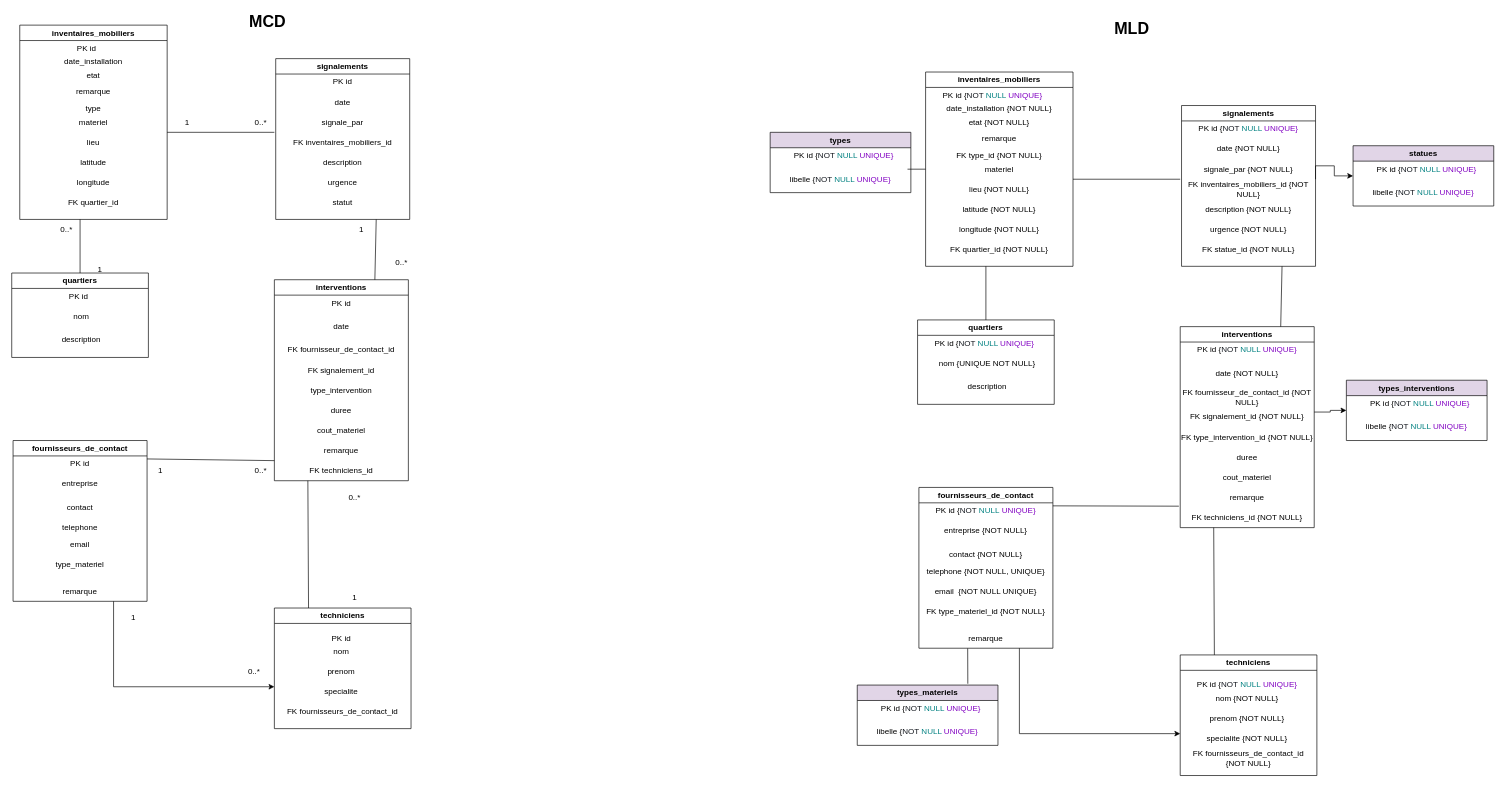
This is MCD.drawio from justinestalder-svg/Analyse-des-d-lais-de-traitement-par-quartier, a draw.io file, before an edit. Source tidied: cells renumbered, new cells numbered last; positions are measured from the earlier drawing's top-left corner, leaving out a move shared by most shapes. Both pictures are drawn from the tidied source at 67%, with x=0, y=0 at pixel (11, 11).
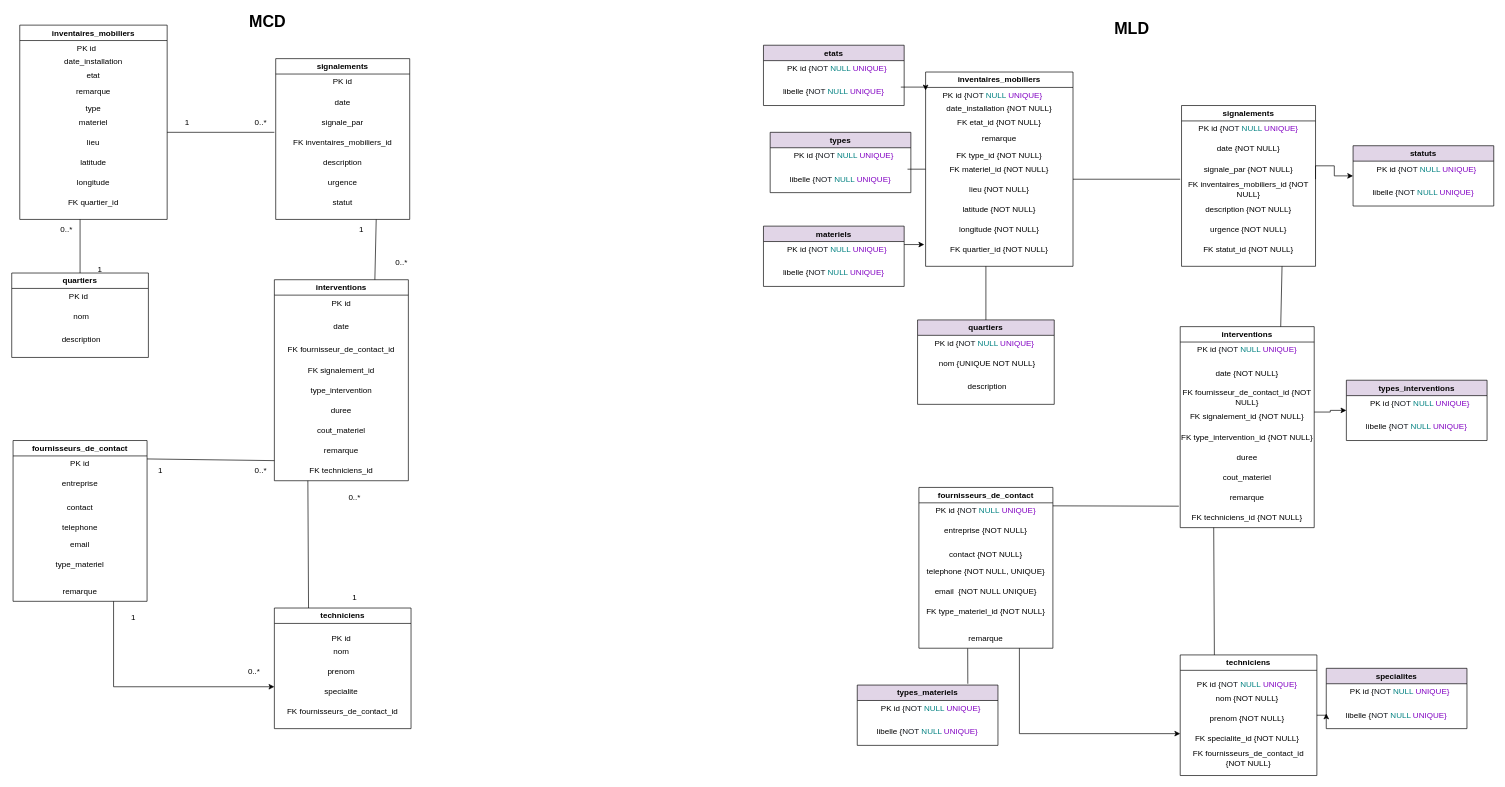
After the change.

Commit message:
Mettre à jour MCD.drawio

The change refers to these unchanged cells:
```xml
<mxCell id="87" value="inventaires_mobiliers" style="swimlane;whiteSpace=wrap;html=1;rounded=0;align=center;verticalAlign=middle;fontFamily=Helvetica;fontSize=12;fontColor=default;fillColor=none;gradientColor=none;" parent="1" vertex="1">
  <mxGeometry x="1364" y="90" width="220" height="290" as="geometry" />
</mxCell>
<mxCell id="88" value="PK id {&lt;span class=&quot;token token&quot; style=&quot;color: rgb(20, 24, 31);&quot;&gt;NOT&lt;/span&gt; &lt;span class=&quot;token token&quot; style=&quot;color: rgb(0, 128, 128);&quot;&gt;NULL&lt;/span&gt; &lt;span class=&quot;token token&quot; style=&quot;color: rgb(129, 0, 194);&quot;&gt;UNIQUE}&lt;/span&gt;" style="text;html=1;whiteSpace=wrap;strokeColor=none;fillColor=none;align=center;verticalAlign=middle;rounded=0;fontFamily=Helvetica;fontSize=12;fontColor=default;" parent="87" vertex="1">
  <mxGeometry y="20" width="200" height="30" as="geometry" />
</mxCell>
<mxCell id="98" value="signalements" style="swimlane;whiteSpace=wrap;html=1;" parent="1" vertex="1">
  <mxGeometry x="1746" y="140" width="200" height="240" as="geometry" />
</mxCell>
<mxCell id="113" value="techniciens" style="swimlane;whiteSpace=wrap;html=1;startSize=23;" parent="1" vertex="1">
  <mxGeometry x="1744" y="960" width="204" height="180" as="geometry" />
</mxCell>
```

The edit, as a diff of the source:
```diff
@@
-    <mxCell id="90" value="etat {NOT NULL}" style="text;html=1;whiteSpace=wrap;strokeColor=none;fillColor=none;align=center;verticalAlign=middle;rounded=0;" parent="87" vertex="1">
+    <mxCell id="90" value="FK etat_id {NOT NULL}" style="text;html=1;whiteSpace=wrap;strokeColor=none;fillColor=none;align=center;verticalAlign=middle;rounded=0;" parent="87" vertex="1">
       <mxGeometry x="10" y="60" width="200" height="30" as="geometry" />
     </mxCell>
@@
-    <mxCell id="93" value="materiel" style="text;html=1;whiteSpace=wrap;strokeColor=none;fillColor=none;align=center;verticalAlign=middle;rounded=0;fontFamily=Helvetica;fontSize=12;fontColor=default;" parent="87" vertex="1">
+    <mxCell id="93" value="FK materiel_id {NOT NULL}" style="text;html=1;whiteSpace=wrap;strokeColor=none;fillColor=none;align=center;verticalAlign=middle;rounded=0;fontFamily=Helvetica;fontSize=12;fontColor=default;" parent="87" vertex="1">
       <mxGeometry x="10" y="130" width="200" height="30" as="geometry" />
     </mxCell>
@@
-    <mxCell id="104" value="FK statue_id {NOT NULL}" style="text;html=1;whiteSpace=wrap;strokeColor=none;fillColor=none;align=center;verticalAlign=middle;rounded=0;" parent="98" vertex="1">
+    <mxCell id="104" value="FK statut_id {NOT NULL}" style="text;html=1;whiteSpace=wrap;strokeColor=none;fillColor=none;align=center;verticalAlign=middle;rounded=0;" parent="98" vertex="1">
       <mxGeometry y="200" width="200" height="30" as="geometry" />
     </mxCell>
@@
-    <mxCell id="109" value="quartiers" style="swimlane;whiteSpace=wrap;html=1;" parent="1" vertex="1">
+    <mxCell id="109" value="quartiers" style="swimlane;whiteSpace=wrap;html=1;fillColor=#E1D5E7;" parent="1" vertex="1">
       <mxGeometry x="1352" y="460" width="204" height="126" as="geometry" />
     </mxCell>
@@
+    <mxCell id="138" style="edgeStyle=orthogonalEdgeStyle;rounded=0;jettySize=auto;html=1;exitX=1;exitY=0.5;exitDx=0;exitDy=0;entryX=0;entryY=0.75;entryDx=0;entryDy=0;" parent="1" edge="1" source="113" target="146">
+      <mxGeometry relative="1" as="geometry" />
+    </mxCell>
@@
-    <mxCell id="117" value="specialite {NOT NULL}" style="text;html=1;whiteSpace=wrap;strokeColor=none;fillColor=none;align=center;verticalAlign=middle;rounded=0;" parent="113" vertex="1">
+    <mxCell id="117" value="FK specialite_id {NOT NULL}" style="text;html=1;whiteSpace=wrap;strokeColor=none;fillColor=none;align=center;verticalAlign=middle;rounded=0;" parent="113" vertex="1">
       <mxGeometry y="110" width="200" height="30" as="geometry" />
     </mxCell>
@@
-    <mxCell id="122" value="statues" style="swimlane;whiteSpace=wrap;html=1;fillColor=#E1D5E7;" parent="1" vertex="1">
+    <mxCell id="122" value="statuts" style="swimlane;whiteSpace=wrap;html=1;fillColor=#E1D5E7;" parent="1" vertex="1">
       <mxGeometry x="2002" y="200" width="210" height="90" as="geometry" />
     </mxCell>
@@
+    <mxCell id="139" value="materiels" style="swimlane;whiteSpace=wrap;html=1;fillColor=#E1D5E7;" parent="1" vertex="1">
+      <mxGeometry x="1122" y="320" width="210" height="90" as="geometry" />
+    </mxCell>
+    <mxCell id="140" style="edgeStyle=orthogonalEdgeStyle;rounded=0;jettySize=auto;html=1;exitX=1;exitY=0.25;exitDx=0;exitDy=0;" parent="139" edge="1" source="141">
+      <mxGeometry relative="1" as="geometry">
+        <mxPoint x="240" y="27.3" as="targetPoint" />
+      </mxGeometry>
+    </mxCell>
+    <mxCell id="141" value="PK id {&lt;span class=&quot;token token&quot; style=&quot;color: rgb(20, 24, 31);&quot;&gt;NOT&lt;/span&gt; &lt;span class=&quot;token token&quot; style=&quot;color: rgb(0, 128, 128);&quot;&gt;NULL&lt;/span&gt; &lt;span class=&quot;token token&quot; style=&quot;color: rgb(129, 0, 194);&quot;&gt;UNIQUE}&lt;/span&gt;" style="text;html=1;whiteSpace=wrap;strokeColor=none;fillColor=none;align=center;verticalAlign=middle;rounded=0;fontFamily=Helvetica;fontSize=12;fontColor=default;" parent="139" vertex="1">
+      <mxGeometry x="10" y="20" width="200" height="30" as="geometry" />
+    </mxCell>
+    <mxCell id="142" value="libelle {&lt;span class=&quot;token token&quot; style=&quot;color: rgb(20, 24, 31);&quot;&gt;NOT&lt;/span&gt; &lt;span class=&quot;token token&quot; style=&quot;color: rgb(0, 128, 128);&quot;&gt;NULL&lt;/span&gt; &lt;span class=&quot;token token&quot; style=&quot;color: rgb(129, 0, 194);&quot;&gt;UNIQUE}&lt;/span&gt;" style="text;html=1;whiteSpace=wrap;strokeColor=none;fillColor=none;align=center;verticalAlign=middle;rounded=0;fontFamily=Helvetica;fontSize=12;fontColor=default;" parent="139" vertex="1">
+      <mxGeometry x="5" y="55" width="200" height="30" as="geometry" />
+    </mxCell>
+    <mxCell id="143" value="etats" style="swimlane;whiteSpace=wrap;html=1;fillColor=#E1D5E7;" parent="1" vertex="1">
+      <mxGeometry x="1122" y="50" width="210" height="90" as="geometry" />
+    </mxCell>
+    <mxCell id="144" value="PK id {&lt;span class=&quot;token token&quot; style=&quot;color: rgb(20, 24, 31);&quot;&gt;NOT&lt;/span&gt; &lt;span class=&quot;token token&quot; style=&quot;color: rgb(0, 128, 128);&quot;&gt;NULL&lt;/span&gt; &lt;span class=&quot;token token&quot; style=&quot;color: rgb(129, 0, 194);&quot;&gt;UNIQUE}&lt;/span&gt;" style="text;html=1;whiteSpace=wrap;strokeColor=none;fillColor=none;align=center;verticalAlign=middle;rounded=0;fontFamily=Helvetica;fontSize=12;fontColor=default;" parent="143" vertex="1">
+      <mxGeometry x="10" y="20" width="200" height="30" as="geometry" />
+    </mxCell>
+    <mxCell id="145" value="libelle {&lt;span class=&quot;token token&quot; style=&quot;color: rgb(20, 24, 31);&quot;&gt;NOT&lt;/span&gt; &lt;span class=&quot;token token&quot; style=&quot;color: rgb(0, 128, 128);&quot;&gt;NULL&lt;/span&gt; &lt;span class=&quot;token token&quot; style=&quot;color: rgb(129, 0, 194);&quot;&gt;UNIQUE}&lt;/span&gt;" style="text;html=1;whiteSpace=wrap;strokeColor=none;fillColor=none;align=center;verticalAlign=middle;rounded=0;fontFamily=Helvetica;fontSize=12;fontColor=default;" parent="143" vertex="1">
+      <mxGeometry x="5" y="55" width="200" height="30" as="geometry" />
+    </mxCell>
+    <mxCell id="146" value="specialites" style="swimlane;whiteSpace=wrap;html=1;fillColor=#E1D5E7;" parent="1" vertex="1">
+      <mxGeometry x="1962" y="980" width="210" height="90" as="geometry" />
+    </mxCell>
+    <mxCell id="147" value="PK id {&lt;span class=&quot;token token&quot; style=&quot;color: rgb(20, 24, 31);&quot;&gt;NOT&lt;/span&gt; &lt;span class=&quot;token token&quot; style=&quot;color: rgb(0, 128, 128);&quot;&gt;NULL&lt;/span&gt; &lt;span class=&quot;token token&quot; style=&quot;color: rgb(129, 0, 194);&quot;&gt;UNIQUE}&lt;/span&gt;" style="text;html=1;whiteSpace=wrap;strokeColor=none;fillColor=none;align=center;verticalAlign=middle;rounded=0;fontFamily=Helvetica;fontSize=12;fontColor=default;" parent="146" vertex="1">
+      <mxGeometry x="10" y="20" width="200" height="30" as="geometry" />
+    </mxCell>
+    <mxCell id="148" value="libelle {&lt;span class=&quot;token token&quot; style=&quot;color: rgb(20, 24, 31);&quot;&gt;NOT&lt;/span&gt; &lt;span class=&quot;token token&quot; style=&quot;color: rgb(0, 128, 128);&quot;&gt;NULL&lt;/span&gt; &lt;span class=&quot;token token&quot; style=&quot;color: rgb(129, 0, 194);&quot;&gt;UNIQUE}&lt;/span&gt;" style="text;html=1;whiteSpace=wrap;strokeColor=none;fillColor=none;align=center;verticalAlign=middle;rounded=0;fontFamily=Helvetica;fontSize=12;fontColor=default;" parent="146" vertex="1">
+      <mxGeometry x="5" y="55" width="200" height="30" as="geometry" />
+    </mxCell>
+    <mxCell id="149" style="edgeStyle=orthogonalEdgeStyle;rounded=0;jettySize=auto;html=1;exitX=1;exitY=0.25;exitDx=0;exitDy=0;entryX=0;entryY=0.25;entryDx=0;entryDy=0;" parent="1" edge="1" source="145" target="88">
+      <mxGeometry relative="1" as="geometry" />
+    </mxCell>
```
